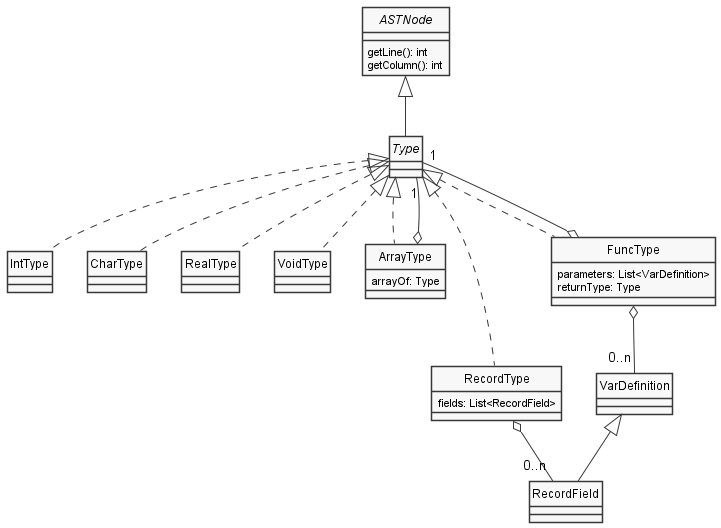
Earlier version of the PlantUML export docs/diagrams/Types.png (aitorllanos99/dlp-2020-2021). Source of this version:
```plantuml
@startuml Types
skinparam style strictuml
skinparam monochrome true

interface ASTNode {
    getLine(): int
    getColumn(): int
}

interface Type

ASTNode <|-- Type

class IntType
class CharType
class RealType
class VoidType
class ArrayType {
    arrayOf: Type
}
class RecordType {
    fields: List<RecordField>
}

class FuncType {
    parameters: List<VarDefinition>
    returnType: Type
}

Type <|.. IntType
Type <|.. CharType
Type <|.. RealType
Type <|.. ArrayType
Type <|.. RecordType
Type <|.. VoidType
Type <|.. FuncType

FuncType o-- "1" Type
FuncType o-- "0..n" VarDefinition

RecordType o-- "0..n" RecordField
VarDefinition <|-- RecordField

ArrayType o-- "1" Type

@enduml
```
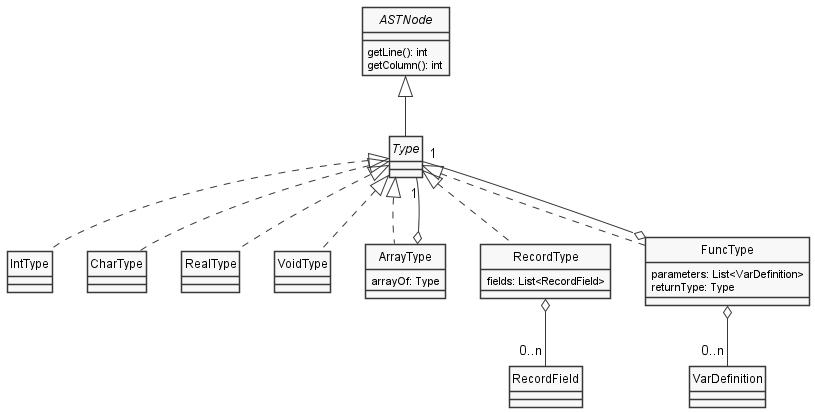
After the commit.

Commit message:
Remove VarDefinition inheritance

Diff of the diagram source:
```diff
@@ -39,7 +39,6 @@
 FuncType o-- "0..n" VarDefinition
 
 RecordType o-- "0..n" RecordField
-VarDefinition <|-- RecordField
 
 ArrayType o-- "1" Type
 
```
